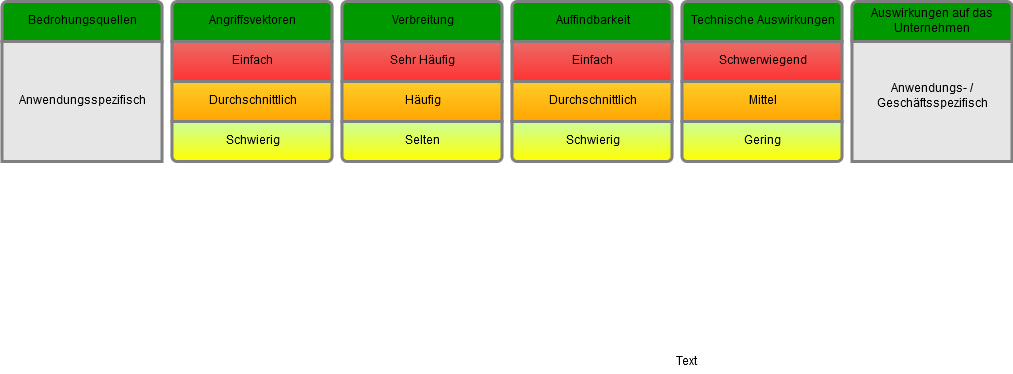
baloise/ws-itsec_owasp keeps this draw.io diagram as res/OWASP_Gefahrenmodell.png. Above is the earlier version. Source tidied: cells renumbered, new cells last; positions are measured from the earlier drawing's top-left corner, leaving out a move shared by most shapes.
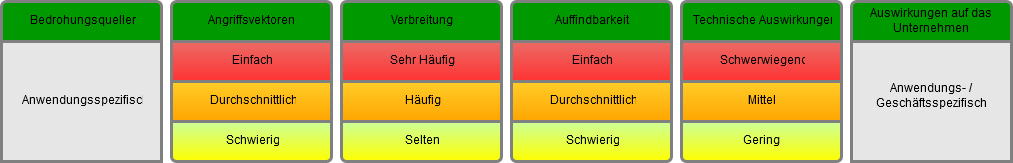
After the change.

What changed in the source:
```diff
@@ -2,114 +2,111 @@
   <root>
     <mxCell id="0" />
     <mxCell id="1" parent="0" />
+    <mxCell id="29" style="html=1;shadow=0;dashed=0;shape=mxgraph.bootstrap.rrect;rSize=5;strokeColor=#dddddd;html=1;whiteSpace=wrap;fillColor=#E6E6E6;strokeWidth=3;perimeterSpacing=2;align=center;fontColor=#000000;spacingLeft=0;" parent="1" vertex="1">
+      <mxGeometry x="-80" y="-40" width="160" height="160" as="geometry" />
+    </mxCell>
-    <mxCell id="2" style="html=1;shadow=0;dashed=0;shape=mxgraph.bootstrap.rrect;rSize=5;strokeColor=#dddddd;html=1;whiteSpace=wrap;fillColor=#E6E6E6;strokeWidth=3;perimeterSpacing=2;align=center;fontColor=#000000;spacingLeft=0;" parent="1" vertex="1">
-      <mxGeometry x="-0.5" width="160" height="160" as="geometry" />
+    <mxCell id="2" value="Anwendungsspezifisch" style="strokeColor=#808080;fillColor=#E6E6E6;gradientColor=inherit;html=1;shadow=0;dashed=0;shape=mxgraph.bootstrap.rect;spacingLeft=0;align=center;perimeter=none;whiteSpace=wrap;strokeWidth=3;fontColor=#000000;" parent="29" vertex="1">
+      <mxGeometry width="160" height="120" relative="1" as="geometry">
+        <mxPoint y="40" as="offset" />
+      </mxGeometry>
     </mxCell>
+    <mxCell id="30" value="Bedrohungsquellen" style="html=1;shadow=0;dashed=0;shape=mxgraph.bootstrap.topButton;rSize=5;fillColor=#009900;strokeColor=#808080;fontColor=#000000;spacingLeft=0;align=center;whiteSpace=wrap;gradientColor=none;gradientDirection=east;strokeWidth=3;" parent="29" vertex="1">
+      <mxGeometry width="160" height="40" relative="1" as="geometry" />
+    </mxCell>
-    <mxCell id="3" value="Anwendungsspezifisch" style="strokeColor=#808080;fillColor=#E6E6E6;gradientColor=inherit;html=1;shadow=0;dashed=0;shape=mxgraph.bootstrap.rect;spacingLeft=0;align=center;perimeter=none;whiteSpace=wrap;strokeWidth=3;fontColor=#000000;" parent="2" vertex="1">
-      <mxGeometry width="160" height="120" relative="1" as="geometry">
-        <mxPoint y="40" as="offset" />
-      </mxGeometry>
+    <mxCell id="3" style="html=1;shadow=0;dashed=0;shape=mxgraph.bootstrap.rrect;rSize=5;strokeColor=#dddddd;html=1;whiteSpace=wrap;fillColor=#ffffff;strokeWidth=3;align=center;fontColor=#000000;spacingLeft=0;" parent="1" vertex="1">
+      <mxGeometry x="90" y="-40" width="160" height="160" as="geometry" />
     </mxCell>
+    <mxCell id="31" value="Einfach" style="strokeColor=#808080;fillColor=#FF3333;gradientColor=#ea6b66;html=1;shadow=0;dashed=0;shape=mxgraph.bootstrap.rect;spacingLeft=0;align=center;perimeter=none;whiteSpace=wrap;gradientDirection=north;strokeWidth=3;fontColor=#000000;" parent="3" vertex="1">
+      <mxGeometry width="160" height="40" relative="1" as="geometry">
+        <mxPoint y="40" as="offset" />
+      </mxGeometry>
+    </mxCell>
-    <mxCell id="4" value="Bedrohungsquellen" style="html=1;shadow=0;dashed=0;shape=mxgraph.bootstrap.topButton;rSize=5;fillColor=#009900;strokeColor=#808080;fontColor=#000000;spacingLeft=0;align=center;whiteSpace=wrap;gradientColor=none;gradientDirection=east;strokeWidth=3;" parent="2" vertex="1">
-      <mxGeometry width="160" height="40" relative="1" as="geometry" />
+    <mxCell id="4" value="Durchschnittlich" style="strokeColor=#808080;fillColor=#ffcd28;gradientColor=#ffa500;html=1;shadow=0;dashed=0;shape=mxgraph.bootstrap.rect;spacingLeft=0;align=center;perimeter=none;whiteSpace=wrap;strokeWidth=3;fontColor=#000000;" parent="3" vertex="1">
+      <mxGeometry width="160" height="40" relative="1" as="geometry">
+        <mxPoint y="80" as="offset" />
+      </mxGeometry>
     </mxCell>
-    <mxCell id="5" style="html=1;shadow=0;dashed=0;shape=mxgraph.bootstrap.rrect;rSize=5;strokeColor=#dddddd;html=1;whiteSpace=wrap;fillColor=#ffffff;strokeWidth=3;align=center;fontColor=#000000;spacingLeft=0;" parent="1" vertex="1">
-      <mxGeometry x="169.5" width="160" height="160" as="geometry" />
+    <mxCell id="5" value="Schwierig" style="strokeColor=#808080;fillColor=#FFFF00;gradientColor=#CCFF99;html=1;shadow=0;dashed=0;shape=mxgraph.bootstrap.bottomButton;rSize=5;spacingLeft=0;align=center;perimeter=none;whiteSpace=wrap;gradientDirection=north;strokeWidth=3;fontColor=#000000;" parent="3" vertex="1">
+      <mxGeometry y="1" width="160" height="40" relative="1" as="geometry">
+        <mxPoint y="-40" as="offset" />
+      </mxGeometry>
     </mxCell>
-    <mxCell id="6" value="Einfach" style="strokeColor=#808080;fillColor=#FF3333;gradientColor=#ea6b66;html=1;shadow=0;dashed=0;shape=mxgraph.bootstrap.rect;spacingLeft=0;align=center;perimeter=none;whiteSpace=wrap;gradientDirection=north;strokeWidth=3;fontColor=#000000;" parent="5" vertex="1">
-      <mxGeometry width="160" height="40" relative="1" as="geometry">
-        <mxPoint y="40" as="offset" />
-      </mxGeometry>
+    <mxCell id="6" value="Angriffsvektoren" style="html=1;shadow=0;dashed=0;shape=mxgraph.bootstrap.topButton;rSize=5;fillColor=#009900;strokeColor=#808080;fontColor=#000000;spacingLeft=0;align=center;whiteSpace=wrap;gradientColor=none;gradientDirection=east;strokeWidth=3;" parent="3" vertex="1">
+      <mxGeometry width="160" height="40" relative="1" as="geometry" />
     </mxCell>
-    <mxCell id="7" value="Durchschnittlich" style="strokeColor=#808080;fillColor=#ffcd28;gradientColor=#ffa500;html=1;shadow=0;dashed=0;shape=mxgraph.bootstrap.rect;spacingLeft=0;align=center;perimeter=none;whiteSpace=wrap;strokeWidth=3;fontColor=#000000;" parent="5" vertex="1">
-      <mxGeometry width="160" height="40" relative="1" as="geometry">
-        <mxPoint y="80" as="offset" />
-      </mxGeometry>
+    <mxCell id="7" style="html=1;shadow=0;dashed=0;shape=mxgraph.bootstrap.rrect;rSize=5;strokeColor=#dddddd;html=1;whiteSpace=wrap;fillColor=#ffffff;strokeWidth=3;align=center;fontColor=#000000;spacingLeft=0;" parent="1" vertex="1">
+      <mxGeometry x="260" y="-40" width="160" height="160" as="geometry" />
     </mxCell>
-    <mxCell id="8" value="Schwierig" style="strokeColor=#808080;fillColor=#FFFF00;gradientColor=#CCFF99;html=1;shadow=0;dashed=0;shape=mxgraph.bootstrap.bottomButton;rSize=5;spacingLeft=0;align=center;perimeter=none;whiteSpace=wrap;gradientDirection=north;strokeWidth=3;fontColor=#000000;" parent="5" vertex="1">
-      <mxGeometry y="1" width="160" height="40" relative="1" as="geometry">
-        <mxPoint y="-40" as="offset" />
+    <mxCell id="8" value="Sehr Häufig" style="strokeColor=#808080;fillColor=#FF3333;gradientColor=#ea6b66;html=1;shadow=0;dashed=0;shape=mxgraph.bootstrap.rect;spacingLeft=0;align=center;perimeter=none;whiteSpace=wrap;gradientDirection=north;strokeWidth=3;fontColor=#000000;" parent="7" vertex="1">
+      <mxGeometry width="160" height="40" relative="1" as="geometry">
+        <mxPoint y="40" as="offset" />
       </mxGeometry>
     </mxCell>
-    <mxCell id="9" value="Angriffsvektoren" style="html=1;shadow=0;dashed=0;shape=mxgraph.bootstrap.topButton;rSize=5;fillColor=#009900;strokeColor=#808080;fontColor=#000000;spacingLeft=0;align=center;whiteSpace=wrap;gradientColor=none;gradientDirection=east;strokeWidth=3;" parent="5" vertex="1">
-      <mxGeometry width="160" height="40" relative="1" as="geometry" />
+    <mxCell id="9" value="Häufig" style="strokeColor=#808080;fillColor=#ffcd28;gradientColor=#ffa500;html=1;shadow=0;dashed=0;shape=mxgraph.bootstrap.rect;spacingLeft=0;align=center;perimeter=none;whiteSpace=wrap;strokeWidth=3;fontColor=#000000;" parent="7" vertex="1">
+      <mxGeometry width="160" height="40" relative="1" as="geometry">
+        <mxPoint y="80" as="offset" />
+      </mxGeometry>
     </mxCell>
-    <mxCell id="10" style="html=1;shadow=0;dashed=0;shape=mxgraph.bootstrap.rrect;rSize=5;strokeColor=#dddddd;html=1;whiteSpace=wrap;fillColor=#ffffff;strokeWidth=3;align=center;fontColor=#000000;spacingLeft=0;" parent="1" vertex="1">
-      <mxGeometry x="339.5" width="160" height="160" as="geometry" />
+    <mxCell id="10" value="Selten" style="strokeColor=#808080;fillColor=#FFFF00;gradientColor=#CCFF99;html=1;shadow=0;dashed=0;shape=mxgraph.bootstrap.bottomButton;rSize=5;spacingLeft=0;align=center;perimeter=none;whiteSpace=wrap;gradientDirection=north;strokeWidth=3;fontColor=#000000;" parent="7" vertex="1">
+      <mxGeometry y="1" width="160" height="40" relative="1" as="geometry">
+        <mxPoint y="-40" as="offset" />
+      </mxGeometry>
     </mxCell>
-    <mxCell id="11" value="Sehr Häufig" style="strokeColor=#808080;fillColor=#FF3333;gradientColor=#ea6b66;html=1;shadow=0;dashed=0;shape=mxgraph.bootstrap.rect;spacingLeft=0;align=center;perimeter=none;whiteSpace=wrap;gradientDirection=north;strokeWidth=3;fontColor=#000000;" parent="10" vertex="1">
-      <mxGeometry width="160" height="40" relative="1" as="geometry">
-        <mxPoint y="40" as="offset" />
-      </mxGeometry>
+    <mxCell id="11" value="Verbreitung" style="html=1;shadow=0;dashed=0;shape=mxgraph.bootstrap.topButton;rSize=5;fillColor=#009900;strokeColor=#808080;fontColor=#000000;spacingLeft=0;align=center;whiteSpace=wrap;gradientColor=none;gradientDirection=east;strokeWidth=3;" parent="7" vertex="1">
+      <mxGeometry width="160" height="40" relative="1" as="geometry" />
     </mxCell>
-    <mxCell id="12" value="Häufig" style="strokeColor=#808080;fillColor=#ffcd28;gradientColor=#ffa500;html=1;shadow=0;dashed=0;shape=mxgraph.bootstrap.rect;spacingLeft=0;align=center;perimeter=none;whiteSpace=wrap;strokeWidth=3;fontColor=#000000;" parent="10" vertex="1">
-      <mxGeometry width="160" height="40" relative="1" as="geometry">
-        <mxPoint y="80" as="offset" />
-      </mxGeometry>
+    <mxCell id="12" style="html=1;shadow=0;dashed=0;shape=mxgraph.bootstrap.rrect;rSize=5;strokeColor=#dddddd;html=1;whiteSpace=wrap;fillColor=#ffffff;strokeWidth=3;align=center;fontColor=#000000;spacingLeft=0;" parent="1" vertex="1">
+      <mxGeometry x="430" y="-40" width="160" height="160" as="geometry" />
     </mxCell>
-    <mxCell id="13" value="Selten" style="strokeColor=#808080;fillColor=#FFFF00;gradientColor=#CCFF99;html=1;shadow=0;dashed=0;shape=mxgraph.bootstrap.bottomButton;rSize=5;spacingLeft=0;align=center;perimeter=none;whiteSpace=wrap;gradientDirection=north;strokeWidth=3;fontColor=#000000;" parent="10" vertex="1">
-      <mxGeometry y="1" width="160" height="40" relative="1" as="geometry">
-        <mxPoint y="-40" as="offset" />
+    <mxCell id="13" value="Einfach" style="strokeColor=#808080;fillColor=#FF3333;gradientColor=#ea6b66;html=1;shadow=0;dashed=0;shape=mxgraph.bootstrap.rect;spacingLeft=0;align=center;perimeter=none;whiteSpace=wrap;gradientDirection=north;strokeWidth=3;fontColor=#000000;" parent="12" vertex="1">
+      <mxGeometry width="160" height="40" relative="1" as="geometry">
+        <mxPoint y="40" as="offset" />
       </mxGeometry>
     </mxCell>
-    <mxCell id="14" value="Verbreitung" style="html=1;shadow=0;dashed=0;shape=mxgraph.bootstrap.topButton;rSize=5;fillColor=#009900;strokeColor=#808080;fontColor=#000000;spacingLeft=0;align=center;whiteSpace=wrap;gradientColor=none;gradientDirection=east;strokeWidth=3;" parent="10" vertex="1">
-      <mxGeometry width="160" height="40" relative="1" as="geometry" />
+    <mxCell id="14" value="Durchschnittlich" style="strokeColor=#808080;fillColor=#ffcd28;gradientColor=#ffa500;html=1;shadow=0;dashed=0;shape=mxgraph.bootstrap.rect;spacingLeft=0;align=center;perimeter=none;whiteSpace=wrap;strokeWidth=3;fontColor=#000000;" parent="12" vertex="1">
+      <mxGeometry width="160" height="40" relative="1" as="geometry">
+        <mxPoint y="80" as="offset" />
+      </mxGeometry>
     </mxCell>
-    <mxCell id="15" style="html=1;shadow=0;dashed=0;shape=mxgraph.bootstrap.rrect;rSize=5;strokeColor=#dddddd;html=1;whiteSpace=wrap;fillColor=#ffffff;strokeWidth=3;align=center;fontColor=#000000;spacingLeft=0;" parent="1" vertex="1">
-      <mxGeometry x="509.5" width="160" height="160" as="geometry" />
+    <mxCell id="15" value="Schwierig" style="strokeColor=#808080;fillColor=#FFFF00;gradientColor=#CCFF99;html=1;shadow=0;dashed=0;shape=mxgraph.bootstrap.bottomButton;rSize=5;spacingLeft=0;align=center;perimeter=none;whiteSpace=wrap;gradientDirection=north;strokeWidth=3;fontColor=#000000;" parent="12" vertex="1">
+      <mxGeometry y="1" width="160" height="40" relative="1" as="geometry">
+        <mxPoint y="-40" as="offset" />
+      </mxGeometry>
     </mxCell>
-    <mxCell id="16" value="Einfach" style="strokeColor=#808080;fillColor=#FF3333;gradientColor=#ea6b66;html=1;shadow=0;dashed=0;shape=mxgraph.bootstrap.rect;spacingLeft=0;align=center;perimeter=none;whiteSpace=wrap;gradientDirection=north;strokeWidth=3;fontColor=#000000;" parent="15" vertex="1">
-      <mxGeometry width="160" height="40" relative="1" as="geometry">
-        <mxPoint y="40" as="offset" />
-      </mxGeometry>
+    <mxCell id="16" value="Auffindbarkeit" style="html=1;shadow=0;dashed=0;shape=mxgraph.bootstrap.topButton;rSize=5;fillColor=#009900;strokeColor=#808080;fontColor=#000000;spacingLeft=0;align=center;whiteSpace=wrap;gradientColor=none;gradientDirection=east;strokeWidth=3;labelPosition=center;verticalLabelPosition=middle;verticalAlign=middle;" parent="12" vertex="1">
+      <mxGeometry width="160" height="40" relative="1" as="geometry" />
     </mxCell>
-    <mxCell id="17" value="Durchschnittlich" style="strokeColor=#808080;fillColor=#ffcd28;gradientColor=#ffa500;html=1;shadow=0;dashed=0;shape=mxgraph.bootstrap.rect;spacingLeft=0;align=center;perimeter=none;whiteSpace=wrap;strokeWidth=3;fontColor=#000000;" parent="15" vertex="1">
-      <mxGeometry width="160" height="40" relative="1" as="geometry">
-        <mxPoint y="80" as="offset" />
-      </mxGeometry>
+    <mxCell id="17" style="html=1;shadow=0;dashed=0;shape=mxgraph.bootstrap.rrect;rSize=5;strokeColor=#dddddd;html=1;whiteSpace=wrap;fillColor=#ffffff;strokeWidth=3;align=center;fontColor=#000000;spacingLeft=0;" parent="1" vertex="1">
+      <mxGeometry x="600" y="-40" width="160" height="160" as="geometry" />
     </mxCell>
-    <mxCell id="18" value="Schwierig" style="strokeColor=#808080;fillColor=#FFFF00;gradientColor=#CCFF99;html=1;shadow=0;dashed=0;shape=mxgraph.bootstrap.bottomButton;rSize=5;spacingLeft=0;align=center;perimeter=none;whiteSpace=wrap;gradientDirection=north;strokeWidth=3;fontColor=#000000;" parent="15" vertex="1">
-      <mxGeometry y="1" width="160" height="40" relative="1" as="geometry">
-        <mxPoint y="-40" as="offset" />
+    <mxCell id="18" value="Schwerwiegend" style="strokeColor=#808080;fillColor=#FF3333;gradientColor=#ea6b66;html=1;shadow=0;dashed=0;shape=mxgraph.bootstrap.rect;spacingLeft=0;align=center;perimeter=none;whiteSpace=wrap;gradientDirection=north;strokeWidth=3;fontColor=#000000;" parent="17" vertex="1">
+      <mxGeometry width="160" height="40" relative="1" as="geometry">
+        <mxPoint y="40" as="offset" />
       </mxGeometry>
     </mxCell>
-    <mxCell id="19" value="Auffindbarkeit" style="html=1;shadow=0;dashed=0;shape=mxgraph.bootstrap.topButton;rSize=5;fillColor=#009900;strokeColor=#808080;fontColor=#000000;spacingLeft=0;align=center;whiteSpace=wrap;gradientColor=none;gradientDirection=east;strokeWidth=3;labelPosition=center;verticalLabelPosition=middle;verticalAlign=middle;" parent="15" vertex="1">
-      <mxGeometry width="160" height="40" relative="1" as="geometry" />
+    <mxCell id="19" value="Mittel" style="strokeColor=#808080;fillColor=#ffcd28;gradientColor=#ffa500;html=1;shadow=0;dashed=0;shape=mxgraph.bootstrap.rect;spacingLeft=0;align=center;perimeter=none;whiteSpace=wrap;strokeWidth=3;fontColor=#000000;" parent="17" vertex="1">
+      <mxGeometry width="160" height="40" relative="1" as="geometry">
+        <mxPoint y="80" as="offset" />
+      </mxGeometry>
     </mxCell>
-    <mxCell id="20" style="html=1;shadow=0;dashed=0;shape=mxgraph.bootstrap.rrect;rSize=5;strokeColor=#dddddd;html=1;whiteSpace=wrap;fillColor=#ffffff;strokeWidth=3;align=center;fontColor=#000000;spacingLeft=0;" parent="1" vertex="1">
-      <mxGeometry x="679.5" width="160" height="160" as="geometry" />
+    <mxCell id="20" value="Gering" style="strokeColor=#808080;fillColor=#FFFF00;gradientColor=#CCFF99;html=1;shadow=0;dashed=0;shape=mxgraph.bootstrap.bottomButton;rSize=5;spacingLeft=0;align=center;perimeter=none;whiteSpace=wrap;gradientDirection=north;strokeWidth=3;fontColor=#000000;" parent="17" vertex="1">
+      <mxGeometry y="1" width="160" height="40" relative="1" as="geometry">
+        <mxPoint y="-40" as="offset" />
+      </mxGeometry>
     </mxCell>
-    <mxCell id="21" value="Schwerwiegend" style="strokeColor=#808080;fillColor=#FF3333;gradientColor=#ea6b66;html=1;shadow=0;dashed=0;shape=mxgraph.bootstrap.rect;spacingLeft=0;align=center;perimeter=none;whiteSpace=wrap;gradientDirection=north;strokeWidth=3;fontColor=#000000;" parent="20" vertex="1">
-      <mxGeometry width="160" height="40" relative="1" as="geometry">
-        <mxPoint y="40" as="offset" />
-      </mxGeometry>
+    <mxCell id="21" value="Technische Auswirkungen" style="html=1;shadow=0;dashed=0;shape=mxgraph.bootstrap.topButton;rSize=5;fillColor=#009900;strokeColor=#808080;fontColor=#000000;spacingLeft=0;align=center;whiteSpace=wrap;gradientColor=none;gradientDirection=east;strokeWidth=3;verticalAlign=middle;labelPosition=center;verticalLabelPosition=middle;" parent="17" vertex="1">
+      <mxGeometry width="160" height="40" relative="1" as="geometry" />
     </mxCell>
-    <mxCell id="22" value="Mittel" style="strokeColor=#808080;fillColor=#ffcd28;gradientColor=#ffa500;html=1;shadow=0;dashed=0;shape=mxgraph.bootstrap.rect;spacingLeft=0;align=center;perimeter=none;whiteSpace=wrap;strokeWidth=3;fontColor=#000000;" parent="20" vertex="1">
-      <mxGeometry width="160" height="40" relative="1" as="geometry">
-        <mxPoint y="80" as="offset" />
-      </mxGeometry>
+    <mxCell id="22" style="html=1;shadow=0;shape=mxgraph.bootstrap.rrect;rSize=5;strokeColor=#dddddd;html=1;whiteSpace=wrap;fillColor=#E6E6E6;strokeWidth=3;align=center;fontColor=#000000;gradientColor=none;spacingLeft=0;" parent="1" vertex="1">
+      <mxGeometry x="770" y="-40" width="160" height="160" as="geometry" />
     </mxCell>
-    <mxCell id="23" value="Gering" style="strokeColor=#808080;fillColor=#FFFF00;gradientColor=#CCFF99;html=1;shadow=0;dashed=0;shape=mxgraph.bootstrap.bottomButton;rSize=5;spacingLeft=0;align=center;perimeter=none;whiteSpace=wrap;gradientDirection=north;strokeWidth=3;fontColor=#000000;" parent="20" vertex="1">
-      <mxGeometry y="1" width="160" height="40" relative="1" as="geometry">
-        <mxPoint y="-40" as="offset" />
+    <mxCell id="23" value="Anwendungs- / Geschäftsspezifisch" style="strokeColor=#808080;fillColor=#E6E6E6;gradientColor=none;html=1;shadow=0;dashed=0;shape=mxgraph.bootstrap.rect;spacingLeft=0;align=center;perimeter=none;whiteSpace=wrap;gradientDirection=south;strokeWidth=3;fontColor=#000000;" parent="22" vertex="1">
+      <mxGeometry width="160" height="130" relative="1" as="geometry">
+        <mxPoint y="30" as="offset" />
       </mxGeometry>
     </mxCell>
-    <mxCell id="24" value="Technische Auswirkungen" style="html=1;shadow=0;dashed=0;shape=mxgraph.bootstrap.topButton;rSize=5;fillColor=#009900;strokeColor=#808080;fontColor=#000000;spacingLeft=0;align=center;whiteSpace=wrap;gradientColor=none;gradientDirection=east;strokeWidth=3;verticalAlign=middle;labelPosition=center;verticalLabelPosition=middle;" parent="20" vertex="1">
+    <mxCell id="24" value="Auswirkungen auf das Unternehmen" style="html=1;shadow=0;dashed=0;shape=mxgraph.bootstrap.topButton;rSize=5;fillColor=#009900;strokeColor=#808080;fontColor=#000000;spacingLeft=0;align=center;whiteSpace=wrap;gradientColor=none;gradientDirection=east;strokeWidth=3;" parent="22" vertex="1">
       <mxGeometry width="160" height="40" relative="1" as="geometry" />
     </mxCell>
-    <mxCell id="25" style="html=1;shadow=0;shape=mxgraph.bootstrap.rrect;rSize=5;strokeColor=#dddddd;html=1;whiteSpace=wrap;fillColor=#E6E6E6;strokeWidth=3;align=center;fontColor=#000000;gradientColor=none;spacingLeft=0;" parent="1" vertex="1">
-      <mxGeometry x="849.5" width="160" height="160" as="geometry" />
-    </mxCell>
-    <mxCell id="26" value="Anwendungs- / Geschäftsspezifisch" style="strokeColor=#808080;fillColor=#E6E6E6;gradientColor=none;html=1;shadow=0;dashed=0;shape=mxgraph.bootstrap.rect;spacingLeft=0;align=center;perimeter=none;whiteSpace=wrap;gradientDirection=south;strokeWidth=3;fontColor=#000000;" parent="25" vertex="1">
-      <mxGeometry width="160" height="130" relative="1" as="geometry">
-        <mxPoint y="30" as="offset" />
-      </mxGeometry>
-    </mxCell>
-    <mxCell id="27" value="Auswirkungen auf das Unternehmen" style="html=1;shadow=0;dashed=0;shape=mxgraph.bootstrap.topButton;rSize=5;fillColor=#009900;strokeColor=#808080;fontColor=#000000;spacingLeft=0;align=center;whiteSpace=wrap;gradientColor=none;gradientDirection=east;strokeWidth=3;" parent="25" vertex="1">
-      <mxGeometry width="160" height="40" relative="1" as="geometry" />
-    </mxCell>
-    <mxCell id="28" value="Text" style="text;html=1;align=left;verticalAlign=top;spacingTop=-4;fontColor=#000000;" parent="1" vertex="1">
-      <mxGeometry x="672" y="352" width="40" height="20" as="geometry" />
-    </mxCell>
   </root>
 </mxGraphModel>
```
